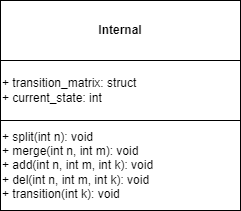
filkata123/RSSTP keeps this draw.io diagram as misc/diagrams/internal_class_diagram.png. Above is the earlier version. Source tidied: cells renumbered, new cells last; positions are measured from the earlier drawing's top-left corner, leaving out a move shared by most shapes.
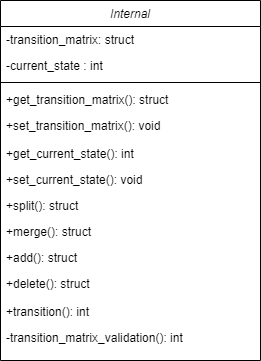
The same diagram one commit later.

Commit message:
updated class diagram

Diff of the diagram source:
```diff
@@ -1,18 +1,48 @@
 <mxGraphModel>
   <root>
-    <mxCell id="0" />
-    <mxCell id="1" parent="0" />
-    <mxCell id="2" style="rounded=0;whiteSpace=wrap;html=1;align=left;" parent="1" vertex="1">
-      <mxGeometry width="240" height="210" as="geometry" />
-    </mxCell>
+    <mxCell id="6" />
+    <mxCell id="7" parent="6" />
-    <mxCell id="3" value="&lt;b&gt;Internal&lt;/b&gt;" style="rounded=0;whiteSpace=wrap;html=1;" parent="1" vertex="1">
-      <mxGeometry width="240" height="60" as="geometry" />
+    <mxCell id="3" value="Internal" style="swimlane;fontStyle=2;align=center;verticalAlign=top;horizontal=1;startSize=26;rounded=0;shadow=0;strokeWidth=1;" parent="7" vertex="1">
+      <mxGeometry width="260" height="360" as="geometry" />
     </mxCell>
-    <mxCell id="4" value="+ transition_matrix: struct&lt;br&gt;+ current_state: int" style="rounded=0;whiteSpace=wrap;html=1;align=left;" parent="1" vertex="1">
-      <mxGeometry y="60" width="240" height="60" as="geometry" />
-    </mxCell>
-    <mxCell id="5" value="&lt;span style=&quot;&quot;&gt;+ split(int n): void&lt;/span&gt;&lt;br style=&quot;&quot;&gt;&lt;span style=&quot;&quot;&gt;+ merge(int n, int m): void&lt;/span&gt;&lt;br style=&quot;&quot;&gt;&lt;span style=&quot;&quot;&gt;+ add(int n, int m, int k): void&lt;/span&gt;&lt;br style=&quot;&quot;&gt;&lt;span style=&quot;&quot;&gt;+ del(int n, int m, int k): void&lt;/span&gt;&lt;br style=&quot;&quot;&gt;&lt;div style=&quot;&quot;&gt;&lt;span style=&quot;background-color: initial;&quot;&gt;+ transition(int k): void&lt;/span&gt;&lt;/div&gt;" style="rounded=0;whiteSpace=wrap;html=1;align=left;" parent="1" vertex="1">
-      <mxGeometry y="120" width="240" height="90" as="geometry" />
-    </mxCell>
+    <mxCell id="8" value="-transition_matrix: struct" style="text;align=left;verticalAlign=top;spacingLeft=4;spacingRight=4;overflow=hidden;" parent="3" vertex="1">
+      <mxGeometry y="26" width="260" height="26" as="geometry" />
+    </mxCell>
+    <mxCell id="9" value="-current_state : int" style="text;align=left;verticalAlign=top;spacingLeft=4;spacingRight=4;overflow=hidden;rounded=0;shadow=0;html=0;" parent="3" vertex="1">
+      <mxGeometry y="52" width="260" height="26" as="geometry" />
+    </mxCell>
+    <mxCell id="10" style="line;html=1;strokeWidth=1;align=left;verticalAlign=middle;spacingTop=-1;spacingLeft=3;spacingRight=3;labelPosition=right;" parent="3" vertex="1">
+      <mxGeometry y="78" width="260" height="8" as="geometry" />
+    </mxCell>
+    <mxCell id="11" value="+get_transition_matrix(): struct" style="text;align=left;verticalAlign=top;spacingLeft=4;spacingRight=4;overflow=hidden;" parent="3" vertex="1">
+      <mxGeometry y="86" width="260" height="26" as="geometry" />
+    </mxCell>
+    <mxCell id="12" value="+set_transition_matrix(): void" style="text;align=left;verticalAlign=top;spacingLeft=4;spacingRight=4;overflow=hidden;" parent="3" vertex="1">
+      <mxGeometry y="112" width="260" height="28" as="geometry" />
+    </mxCell>
+    <mxCell id="13" value="+get_current_state(): int" style="text;align=left;verticalAlign=top;spacingLeft=4;spacingRight=4;overflow=hidden;" parent="3" vertex="1">
+      <mxGeometry y="140" width="260" height="26" as="geometry" />
+    </mxCell>
+    <mxCell id="14" value="+set_current_state(): void" style="text;align=left;verticalAlign=top;spacingLeft=4;spacingRight=4;overflow=hidden;" parent="3" vertex="1">
+      <mxGeometry y="166" width="260" height="26" as="geometry" />
+    </mxCell>
+    <mxCell id="15" value="+split(): struct" style="text;align=left;verticalAlign=top;spacingLeft=4;spacingRight=4;overflow=hidden;" parent="3" vertex="1">
+      <mxGeometry y="192" width="260" height="26" as="geometry" />
+    </mxCell>
+    <mxCell id="16" value="+merge(): struct" style="text;align=left;verticalAlign=top;spacingLeft=4;spacingRight=4;overflow=hidden;" parent="3" vertex="1">
+      <mxGeometry y="218" width="260" height="26" as="geometry" />
+    </mxCell>
+    <mxCell id="17" value="+add(): struct" style="text;align=left;verticalAlign=top;spacingLeft=4;spacingRight=4;overflow=hidden;" parent="3" vertex="1">
+      <mxGeometry y="244" width="260" height="26" as="geometry" />
+    </mxCell>
+    <mxCell id="18" value="+delete(): struct" style="text;align=left;verticalAlign=top;spacingLeft=4;spacingRight=4;overflow=hidden;" parent="3" vertex="1">
+      <mxGeometry y="270" width="260" height="28" as="geometry" />
+    </mxCell>
+    <mxCell id="19" value="+transition(): int" style="text;align=left;verticalAlign=top;spacingLeft=4;spacingRight=4;overflow=hidden;" parent="3" vertex="1">
+      <mxGeometry y="298" width="260" height="26" as="geometry" />
+    </mxCell>
+    <mxCell id="20" value="-transition_matrix_validation(): int" style="text;align=left;verticalAlign=top;spacingLeft=4;spacingRight=4;overflow=hidden;" parent="3" vertex="1">
+      <mxGeometry y="324" width="260" height="26" as="geometry" />
+    </mxCell>
   </root>
 </mxGraphModel>
```
